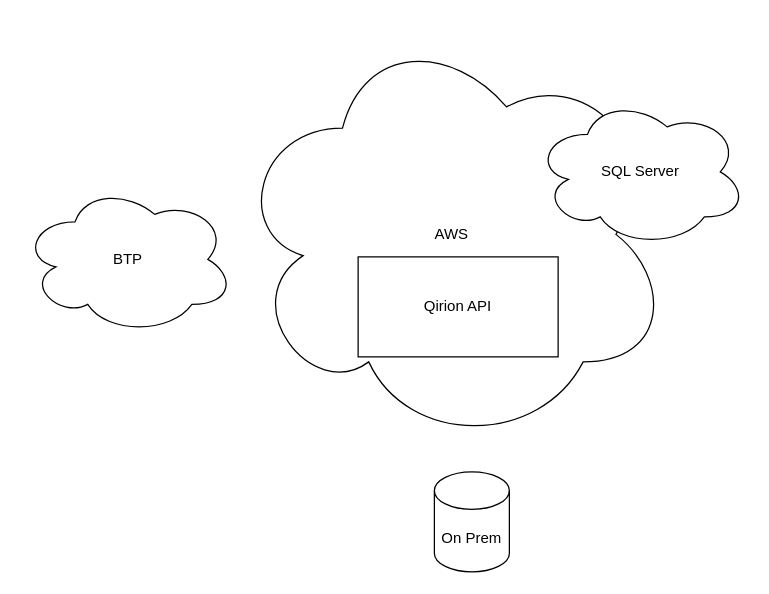
Above: page "Page-3" (3 of 6) of staticWeb/Untitled Diagram.drawio in eleemans/react2022 (draw.io), before the change. Source tidied: cells renumbered, new cells numbered last; positions are measured from the earlier drawing's top-left corner, leaving out a move shared by most shapes. Both pictures are drawn from the tidied source at 125%, with x=0, y=0 at pixel (21, 21).
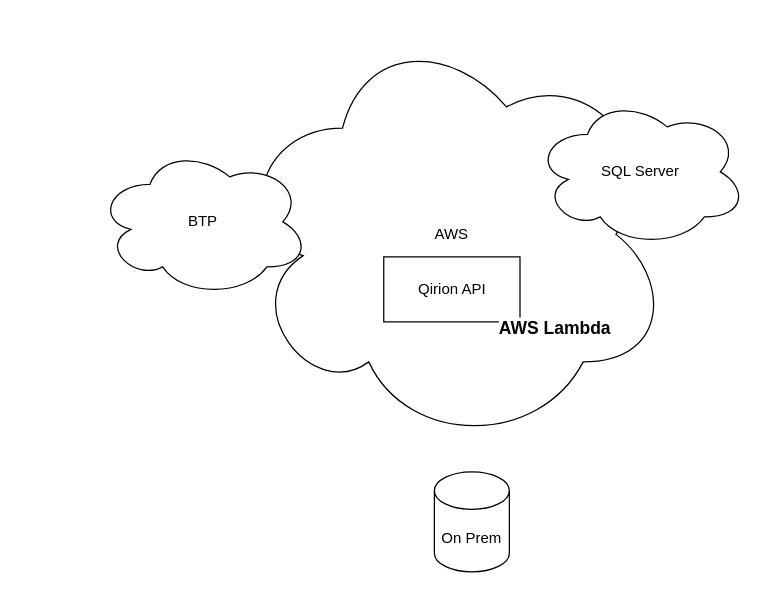
The same diagram, later.

Change to the diagram source:
```diff
@@
 <mxGraphModel>
   <root>
     <mxCell id="0" />
     <mxCell id="1" parent="0" />
     <mxCell id="2" value="AWS" style="ellipse;shape=cloud;whiteSpace=wrap;html=1;" parent="1" vertex="1">
       <mxGeometry x="169" width="350" height="340" as="geometry" />
     </mxCell>
     <mxCell id="3" value="Qirion API" style="rounded=0;whiteSpace=wrap;html=1;" parent="1" vertex="1">
-      <mxGeometry x="269" y="188" width="160" height="80" as="geometry" />
+      <mxGeometry x="289.5" y="188" width="109" height="52" as="geometry" />
     </mxCell>
     <mxCell id="4" value="BTP" style="ellipse;shape=cloud;whiteSpace=wrap;html=1;" parent="1" vertex="1">
-      <mxGeometry y="130" width="170" height="120" as="geometry" />
+      <mxGeometry x="60" y="100" width="170" height="120" as="geometry" />
     </mxCell>
     <mxCell id="5" value="SQL Server" style="ellipse;shape=cloud;whiteSpace=wrap;html=1;" parent="1" vertex="1">
       <mxGeometry x="410" y="60" width="170" height="120" as="geometry" />
     </mxCell>
     <mxCell id="6" value="On Prem" style="shape=cylinder3;whiteSpace=wrap;html=1;boundedLbl=1;backgroundOutline=1;size=15;" parent="1" vertex="1">
       <mxGeometry x="330" y="360" width="60" height="80" as="geometry" />
     </mxCell>
+    <mxCell id="7" value="&lt;em style=&quot;font-weight: bold; font-style: normal; font-family: arial, sans-serif; font-size: 14px; font-variant-ligatures: normal; font-variant-caps: normal; letter-spacing: normal; orphans: 2; text-align: left; text-indent: 0px; text-transform: none; widows: 2; word-spacing: 0px; -webkit-text-stroke-width: 0px; text-decoration-thickness: initial; text-decoration-style: initial; text-decoration-color: initial; background-color: rgb(255, 255, 255);&quot;&gt;AWS Lambda&lt;/em&gt;" style="text;whiteSpace=wrap;html=1;fontSize=13;" parent="1" vertex="1">
+      <mxGeometry x="380" y="230" width="110" height="30" as="geometry" />
+    </mxCell>
   </root>
 </mxGraphModel>
```
